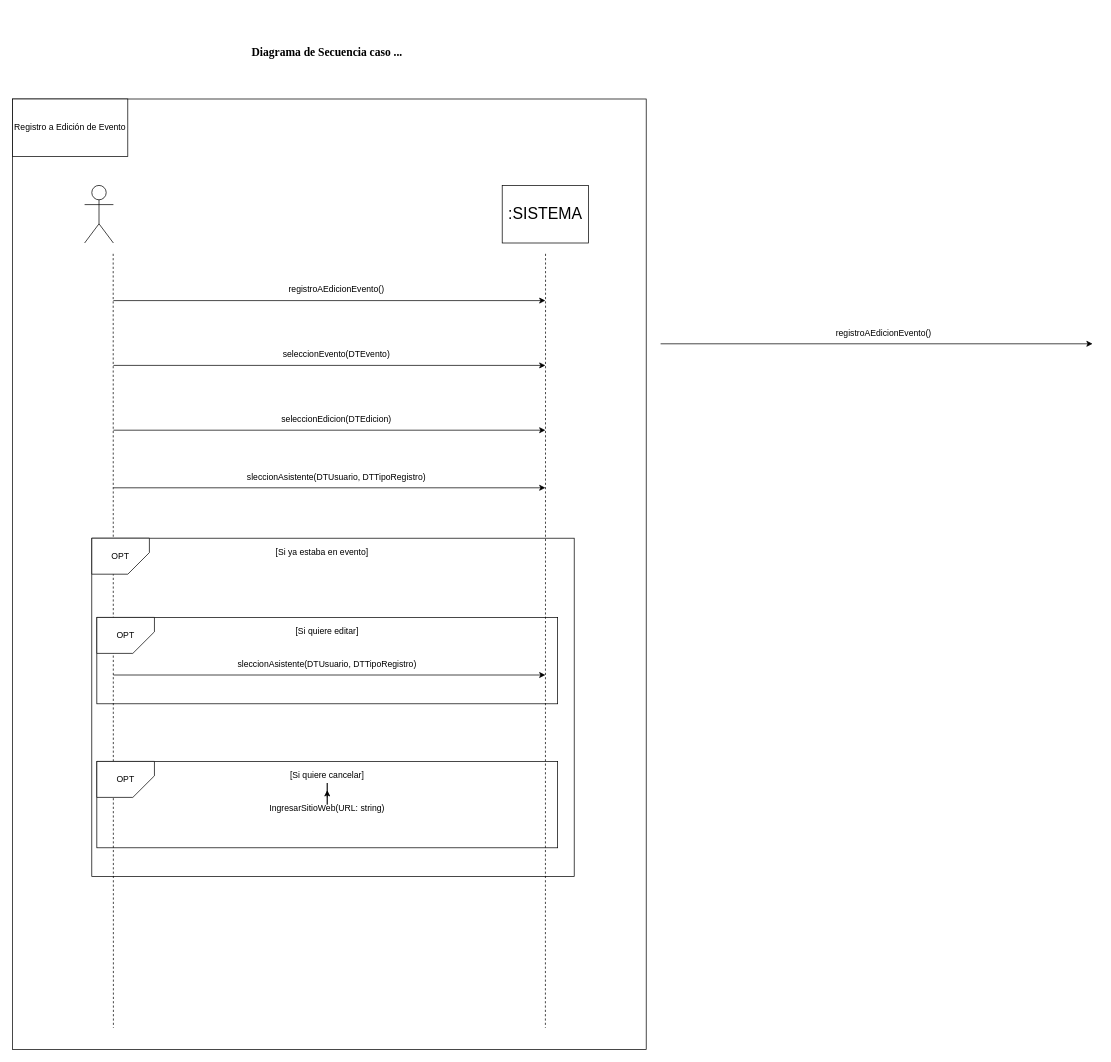
Before: Registro a Edicion de Evento.drawio in franscaletti/tprog, a draw.io diagram. Source tidied: cells renumbered, new cells numbered last; positions are measured from the earlier drawing's top-left corner, leaving out a move shared by most shapes. Both pictures are drawn from the tidied source at 72%, with x=0, y=0 at pixel (12, 12).
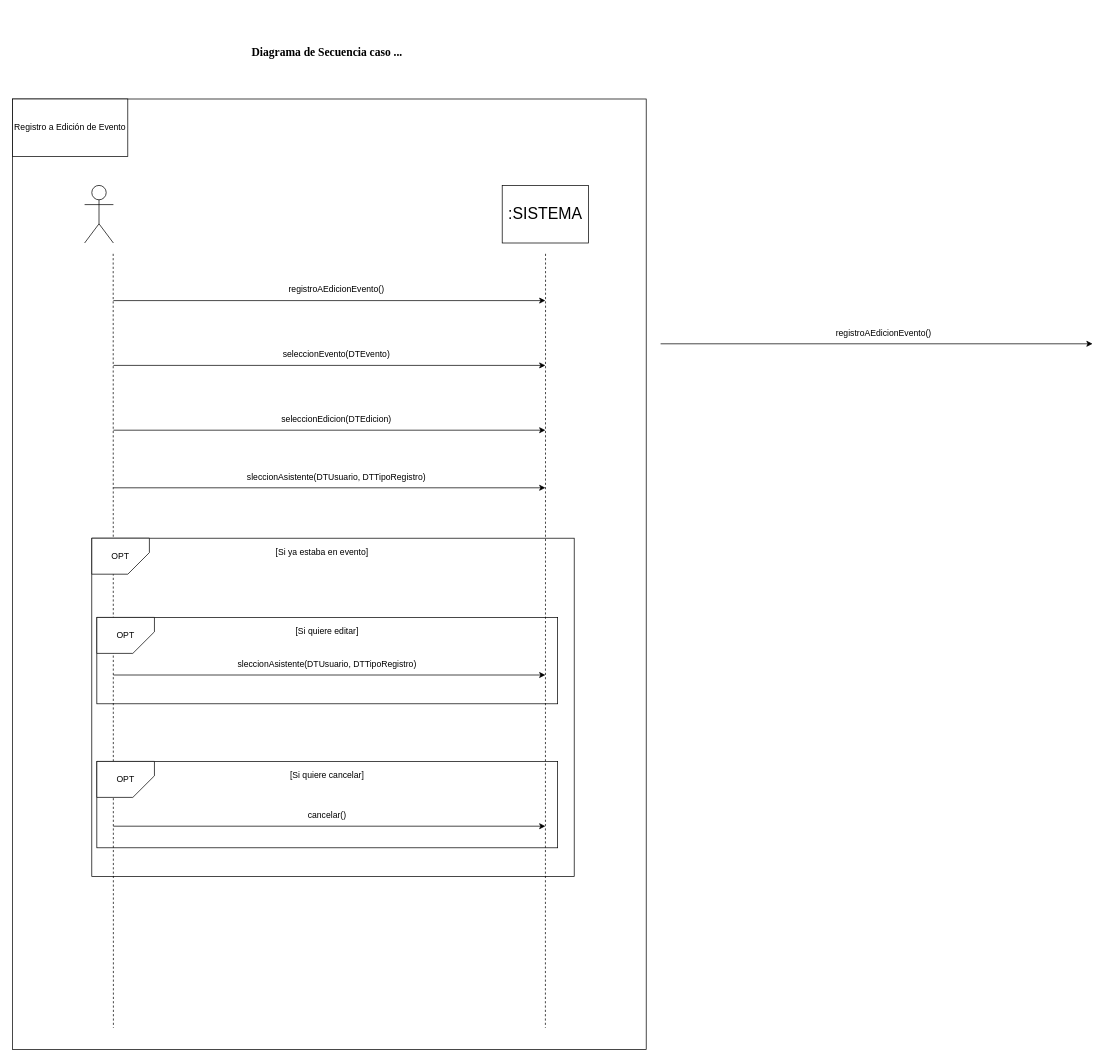
After the change.

Unchanged cells that the change refers to:
```xml
<mxCell id="27" value="[Si quiere cancelar]" style="text;html=1;align=center;verticalAlign=middle;whiteSpace=wrap;rounded=0;" parent="1" vertex="1">
  <mxGeometry x="197" y="1040" width="480" height="40" as="geometry" />
</mxCell>
```

The edit, as a diff of the source:
```diff
@@
-    <mxCell id="28" style="edgeStyle=orthogonalEdgeStyle;rounded=0;jettySize=auto;html=1;" parent="1" edge="1" source="29" target="27">
-      <mxGeometry relative="1" as="geometry" />
-    </mxCell>
-    <mxCell id="29" value="IngresarSitioWeb(URL: string)" style="text;html=1;align=center;verticalAlign=middle;whiteSpace=wrap;rounded=0;" parent="1" vertex="1">
-      <mxGeometry x="197" y="1090" width="480" height="30" as="geometry" />
+    <mxCell id="29" value="cancelar()" style="text;html=1;align=center;verticalAlign=middle;whiteSpace=wrap;rounded=0;" parent="1" vertex="1">
+      <mxGeometry x="197" y="1100" width="480" height="30" as="geometry" />
     </mxCell>
@@
+    <mxCell id="32" style="endArrow=classic;html=1;rounded=0;" parent="1" edge="1">
+      <mxGeometry relative="1" as="geometry">
+        <mxPoint x="140" y="1130" as="sourcePoint" />
+        <mxPoint x="740" y="1130" as="targetPoint" />
+      </mxGeometry>
+    </mxCell>
```
